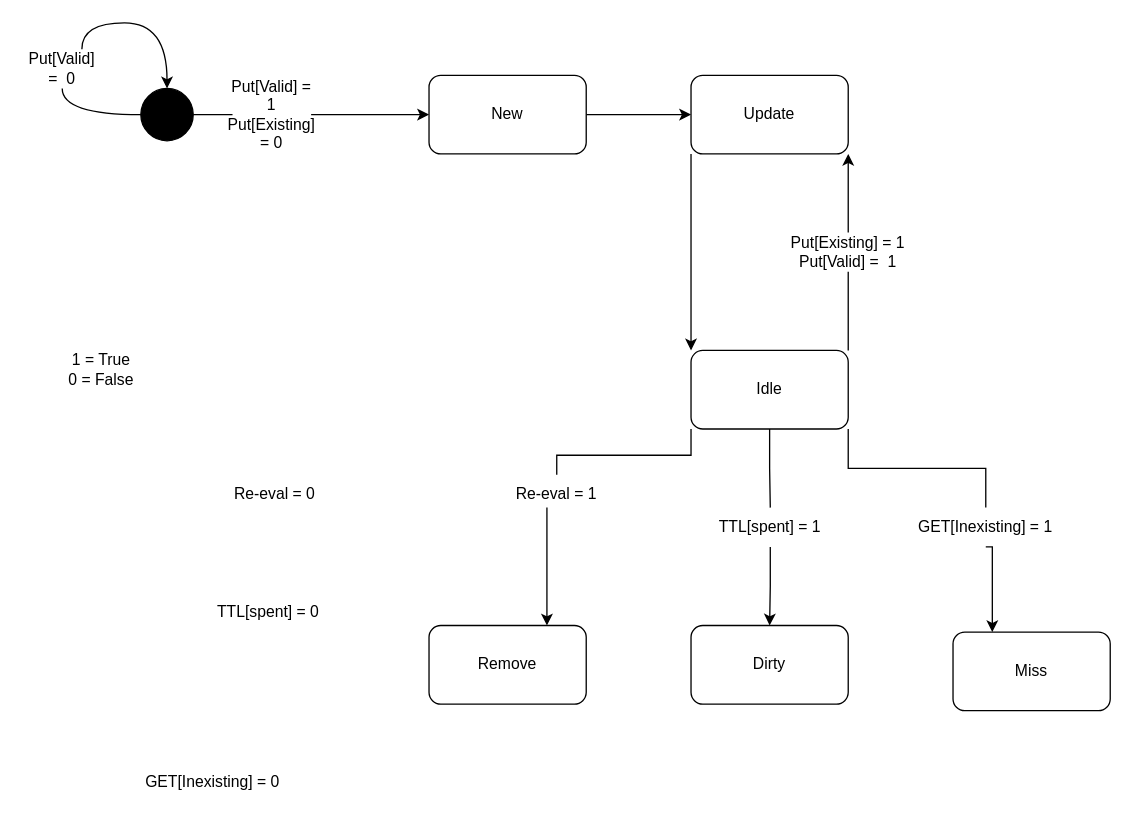
Earlier version of the draw.io diagram page "4.4 Cache State Machine" (2 of 2) of P/P04/P4.drawio (DavidAraujo98/AS). Source tidied: cells renumbered, new cells numbered last; positions are measured from the earlier drawing's top-left corner, leaving out a move shared by most shapes. Both pictures are drawn from the tidied source at 131%, with x=0, y=0 at pixel (22, 22).
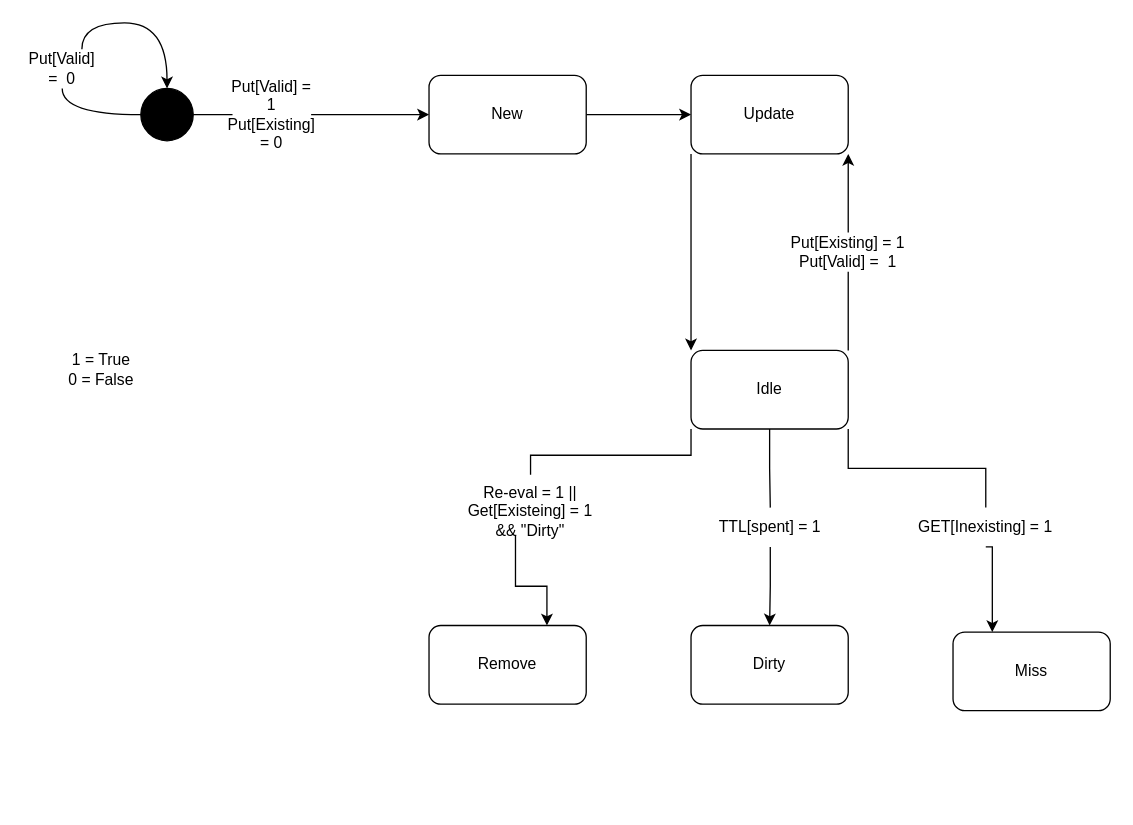
After the change.

The change refers to these unchanged cells:
```xml
<mxCell id="16" value="Idle" style="rounded=1;whiteSpace=wrap;html=1;" parent="1" vertex="1">
  <mxGeometry x="510" y="250" width="120" height="60" as="geometry" />
</mxCell>
```

What changed in the source:
```diff
@@
-    <mxCell id="17" value="GET[Inexisting] = 0" style="text;html=1;strokeColor=none;fillColor=none;align=center;verticalAlign=middle;whiteSpace=wrap;rounded=0;" parent="1" vertex="1">
-      <mxGeometry x="90" y="565" width="110" height="30" as="geometry" />
-    </mxCell>
-    <mxCell id="18" value="Re-eval = 0" style="text;html=1;strokeColor=none;fillColor=none;align=center;verticalAlign=middle;whiteSpace=wrap;rounded=0;" parent="1" vertex="1">
-      <mxGeometry x="155" y="345" width="75" height="30" as="geometry" />
-    </mxCell>
-    <mxCell id="19" value="TTL[spent] = 0" style="text;html=1;strokeColor=none;fillColor=none;align=center;verticalAlign=middle;whiteSpace=wrap;rounded=0;" parent="1" vertex="1">
-      <mxGeometry x="145" y="435" width="85" height="30" as="geometry" />
-    </mxCell>
@@
-    <mxCell id="29" value="Re-eval = 1" style="text;html=1;strokeColor=none;fillColor=none;align=center;verticalAlign=middle;whiteSpace=wrap;rounded=0;" parent="1" vertex="1">
-      <mxGeometry x="370" y="345" width="75" height="30" as="geometry" />
+    <mxCell id="29" value="Re-eval = 1 ||&lt;br&gt;Get[Existeing] = 1 &amp;amp;&amp;amp; &quot;Dirty&quot;" style="text;html=1;strokeColor=none;fillColor=none;align=center;verticalAlign=middle;whiteSpace=wrap;rounded=0;" parent="1" vertex="1">
+      <mxGeometry x="330" y="345" width="115" height="55" as="geometry" />
     </mxCell>
     <mxCell id="30" style="edgeStyle=orthogonalEdgeStyle;rounded=0;jettySize=auto;html=1;exitX=0;exitY=1;exitDx=0;exitDy=0;entryX=0.5;entryY=0;entryDx=0;entryDy=0;endArrow=none;" parent="1" edge="1" source="16" target="29">
       <mxGeometry relative="1" as="geometry">
         <Array as="points">
           <mxPoint x="510" y="330" />
-          <mxPoint x="408" y="330" />
+          <mxPoint x="388" y="330" />
         </Array>
       </mxGeometry>
     </mxCell>
```
